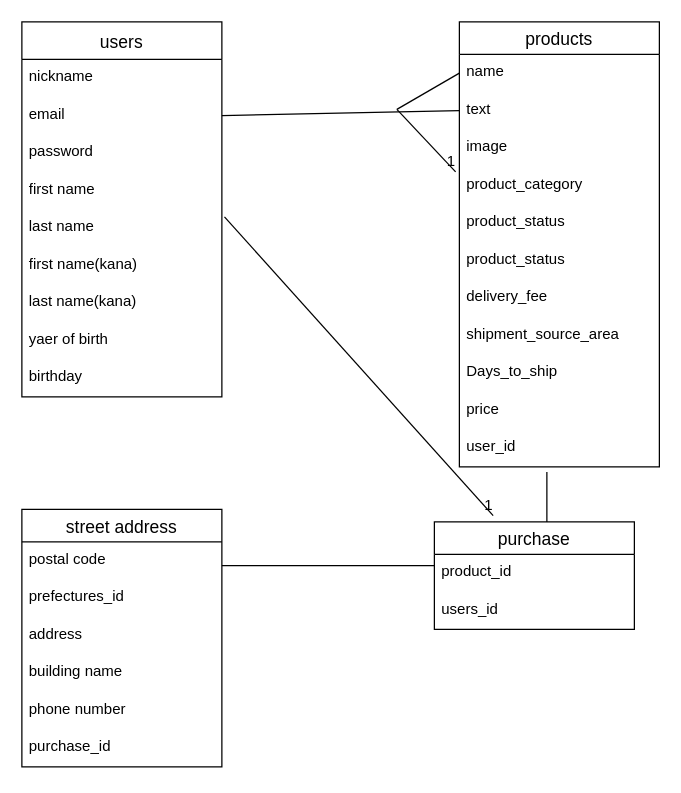
This is app/views/test.dio from hayasan19/furima-28197, a draw.io file, before an edit. Source tidied: cells renumbered, new cells numbered last; positions are measured from the earlier drawing's top-left corner, leaving out a move shared by most shapes. Both pictures are drawn from the tidied source at 125%, with x=0, y=0 at pixel (21, 21).
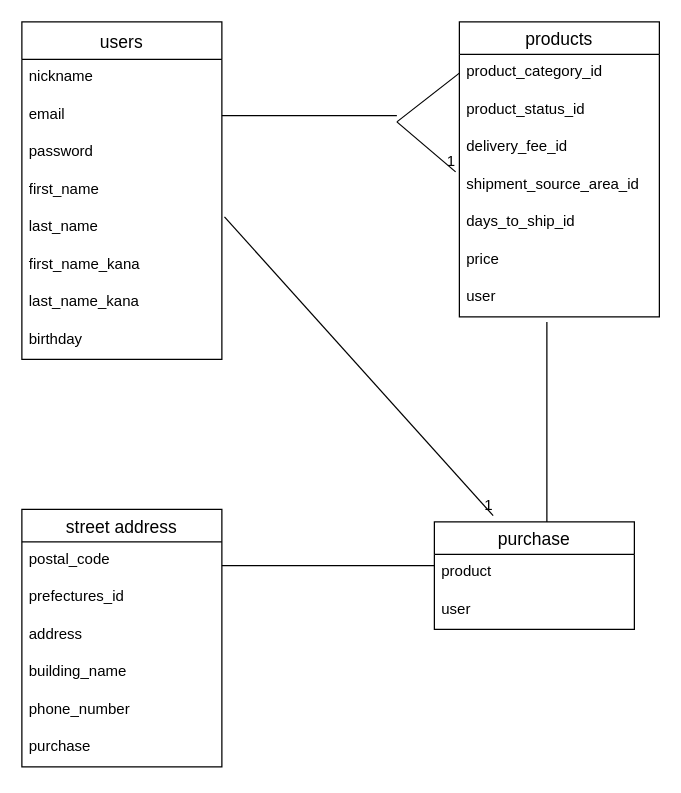
Above is the later version.

Commit message (it also covers changes not shown here):
DB設計(再修正)

The change refers to these unchanged cells:
```xml
<mxCell id="4" value="email" style="text;strokeColor=none;fillColor=none;spacingLeft=4;spacingRight=4;overflow=hidden;points=[[0,0.5],[1,0.5]];portConstraint=eastwest;fontSize=12;" parent="2" vertex="1">
  <mxGeometry y="60" width="160" height="30" as="geometry" />
</mxCell>
<mxCell id="30" value="purchase" style="swimlane;fontStyle=0;horizontal=1;startSize=26;align=center;fontSize=14;" parent="1" vertex="1">
  <mxGeometry x="330" y="400" width="160" height="86" as="geometry" />
</mxCell>
<mxCell id="33" value="street address" style="swimlane;fontStyle=0;horizontal=1;startSize=26;align=center;fontSize=14;" parent="1" vertex="1">
  <mxGeometry y="390" width="160" height="206" as="geometry" />
</mxCell>
```

Diff of the diagram source:
```diff
@@
     <mxCell id="2" value="users" style="swimlane;fontStyle=0;horizontal=1;startSize=30;align=center;fontSize=14;" parent="1" vertex="1">
-      <mxGeometry width="160" height="300" as="geometry" />
+      <mxGeometry width="160" height="270" as="geometry" />
     </mxCell>
@@
-    <mxCell id="6" value="first name" style="text;strokeColor=none;fillColor=none;spacingLeft=4;spacingRight=4;overflow=hidden;fontSize=12;" parent="2" vertex="1">
+    <mxCell id="6" value="first_name" style="text;strokeColor=none;fillColor=none;spacingLeft=4;spacingRight=4;overflow=hidden;fontSize=12;" parent="2" vertex="1">
       <mxGeometry y="120" width="160" height="30" as="geometry" />
     </mxCell>
-    <mxCell id="7" value="last name" style="text;strokeColor=none;fillColor=none;spacingLeft=4;spacingRight=4;overflow=hidden;points=[[0,0.5],[1,0.5]];portConstraint=eastwest;fontSize=12;" parent="2" vertex="1">
+    <mxCell id="7" value="last_name" style="text;strokeColor=none;fillColor=none;spacingLeft=4;spacingRight=4;overflow=hidden;points=[[0,0.5],[1,0.5]];portConstraint=eastwest;fontSize=12;" parent="2" vertex="1">
       <mxGeometry y="150" width="160" height="30" as="geometry" />
     </mxCell>
-    <mxCell id="8" value="first name(kana)" style="text;strokeColor=none;fillColor=none;spacingLeft=4;spacingRight=4;overflow=hidden;fontSize=12;" parent="2" vertex="1">
+    <mxCell id="8" value="first_name_kana" style="text;strokeColor=none;fillColor=none;spacingLeft=4;spacingRight=4;overflow=hidden;fontSize=12;" parent="2" vertex="1">
       <mxGeometry y="180" width="160" height="30" as="geometry" />
     </mxCell>
-    <mxCell id="9" value="last name(kana)" style="text;strokeColor=none;fillColor=none;spacingLeft=4;spacingRight=4;overflow=hidden;fontSize=12;" parent="2" vertex="1">
+    <mxCell id="9" value="last_name_kana" style="text;strokeColor=none;fillColor=none;spacingLeft=4;spacingRight=4;overflow=hidden;fontSize=12;" parent="2" vertex="1">
       <mxGeometry y="210" width="160" height="30" as="geometry" />
     </mxCell>
-    <mxCell id="10" value="yaer of birth" style="text;strokeColor=none;fillColor=none;spacingLeft=4;spacingRight=4;overflow=hidden;fontSize=12;" parent="2" vertex="1">
-      <mxGeometry y="240" width="160" height="30" as="geometry" />
-    </mxCell>
     <mxCell id="11" value="birthday" style="text;strokeColor=none;fillColor=none;spacingLeft=4;spacingRight=4;overflow=hidden;fontSize=12;" parent="2" vertex="1">
-      <mxGeometry y="270" width="160" height="30" as="geometry" />
+      <mxGeometry y="240" width="160" height="30" as="geometry" />
     </mxCell>
     <mxCell id="12" value="products" style="swimlane;fontStyle=0;horizontal=1;startSize=26;align=center;fontSize=14;" parent="1" vertex="1">
-      <mxGeometry x="350" width="160" height="356" as="geometry" />
+      <mxGeometry x="350" width="160" height="236" as="geometry" />
     </mxCell>
-    <mxCell id="13" value="name" style="text;strokeColor=none;fillColor=none;spacingLeft=4;spacingRight=4;overflow=hidden;points=[[0,0.5],[1,0.5]];portConstraint=eastwest;fontSize=12;" parent="12" vertex="1">
-      <mxGeometry y="26" width="160" height="30" as="geometry" />
-    </mxCell>
-    <mxCell id="14" value="text" style="text;strokeColor=none;fillColor=none;spacingLeft=4;spacingRight=4;overflow=hidden;points=[[0,0.5],[1,0.5]];portConstraint=eastwest;fontSize=12;" parent="12" vertex="1">
-      <mxGeometry y="56" width="160" height="30" as="geometry" />
-    </mxCell>
-    <mxCell id="15" value="image" style="text;strokeColor=none;fillColor=none;spacingLeft=4;spacingRight=4;overflow=hidden;fontSize=12;" parent="12" vertex="1">
-      <mxGeometry y="86" width="160" height="30" as="geometry" />
-    </mxCell>
-    <mxCell id="16" value="product_category " style="text;strokeColor=none;fillColor=none;spacingLeft=4;spacingRight=4;overflow=hidden;fontSize=12;" parent="12" vertex="1">
-      <mxGeometry y="116" width="160" height="30" as="geometry" />
-    </mxCell>
-    <mxCell id="17" value="product_status " style="text;strokeColor=none;fillColor=none;spacingLeft=4;spacingRight=4;overflow=hidden;fontSize=12;" parent="12" vertex="1">
-      <mxGeometry y="146" width="160" height="30" as="geometry" />
+    <mxCell id="17" value="product_category_id " style="text;strokeColor=none;fillColor=none;spacingLeft=4;spacingRight=4;overflow=hidden;fontSize=12;" parent="12" vertex="1">
+      <mxGeometry y="26" width="160" height="30" as="geometry" />
     </mxCell>
+    <mxCell id="42" value="product_status_id" style="text;strokeColor=none;fillColor=none;spacingLeft=4;spacingRight=4;overflow=hidden;fontSize=12;" parent="12" vertex="1">
+      <mxGeometry y="56" width="160" height="30" as="geometry" />
+    </mxCell>
-    <mxCell id="18" value="product_status " style="text;strokeColor=none;fillColor=none;spacingLeft=4;spacingRight=4;overflow=hidden;fontSize=12;" parent="12" vertex="1">
-      <mxGeometry y="176" width="160" height="30" as="geometry" />
+    <mxCell id="18" value="delivery_fee_id " style="text;strokeColor=none;fillColor=none;spacingLeft=4;spacingRight=4;overflow=hidden;fontSize=12;" parent="12" vertex="1">
+      <mxGeometry y="86" width="160" height="30" as="geometry" />
     </mxCell>
-    <mxCell id="19" value="delivery_fee  " style="text;strokeColor=none;fillColor=none;spacingLeft=4;spacingRight=4;overflow=hidden;fontSize=12;" parent="12" vertex="1">
-      <mxGeometry y="206" width="160" height="30" as="geometry" />
+    <mxCell id="19" value="shipment_source_area_id" style="text;strokeColor=none;fillColor=none;spacingLeft=4;spacingRight=4;overflow=hidden;fontSize=12;" parent="12" vertex="1">
+      <mxGeometry y="116" width="160" height="30" as="geometry" />
     </mxCell>
-    <mxCell id="20" value="shipment_source_area " style="text;strokeColor=none;fillColor=none;spacingLeft=4;spacingRight=4;overflow=hidden;fontSize=12;" parent="12" vertex="1">
-      <mxGeometry y="236" width="160" height="30" as="geometry" />
+    <mxCell id="20" value="days_to_ship_id" style="text;strokeColor=none;fillColor=none;spacingLeft=4;spacingRight=4;overflow=hidden;fontSize=12;" parent="12" vertex="1">
+      <mxGeometry y="146" width="160" height="30" as="geometry" />
     </mxCell>
-    <mxCell id="21" value="Days_to_ship " style="text;strokeColor=none;fillColor=none;spacingLeft=4;spacingRight=4;overflow=hidden;fontSize=12;" parent="12" vertex="1">
-      <mxGeometry y="266" width="160" height="30" as="geometry" />
-    </mxCell>
     <mxCell id="22" value="price " style="text;strokeColor=none;fillColor=none;spacingLeft=4;spacingRight=4;overflow=hidden;fontSize=12;" parent="12" vertex="1">
-      <mxGeometry y="296" width="160" height="30" as="geometry" />
+      <mxGeometry y="176" width="160" height="30" as="geometry" />
     </mxCell>
-    <mxCell id="23" value="user_id" style="text;strokeColor=none;fillColor=none;spacingLeft=4;spacingRight=4;overflow=hidden;fontSize=12;" parent="12" vertex="1">
-      <mxGeometry y="326" width="160" height="30" as="geometry" />
+    <mxCell id="23" value="user" style="text;strokeColor=none;fillColor=none;spacingLeft=4;spacingRight=4;overflow=hidden;fontSize=12;" parent="12" vertex="1">
+      <mxGeometry y="206" width="160" height="30" as="geometry" />
     </mxCell>
-    <mxCell id="24" style="endArrow=none;html=1;rounded=0;exitX=1;exitY=0.5;exitDx=0;exitDy=0;entryX=0;entryY=0.5;entryDx=0;entryDy=0;" parent="1" edge="1" source="4" target="14">
-      <mxGeometry relative="1" as="geometry" />
+    <mxCell id="24" style="endArrow=none;html=1;rounded=0;exitX=1;exitY=0.5;exitDx=0;exitDy=0;" parent="1" edge="1" source="4">
+      <mxGeometry relative="1" as="geometry">
+        <mxPoint x="300" y="75" as="targetPoint" />
+      </mxGeometry>
     </mxCell>
     <mxCell id="25" style="endArrow=none;html=1;rounded=0;" parent="1" edge="1">
       <mxGeometry relative="1" as="geometry">
-        <mxPoint x="420" y="360" as="sourcePoint" />
+        <mxPoint x="420" y="240" as="sourcePoint" />
         <mxPoint x="420" y="400" as="targetPoint" />
       </mxGeometry>
     </mxCell>
@@
-    <mxCell id="27" style="endArrow=none;html=1;rounded=0;entryX=0;entryY=0.5;entryDx=0;entryDy=0;" parent="1" edge="1" target="13">
+    <mxCell id="27" style="endArrow=none;html=1;rounded=0;entryX=0;entryY=0.5;entryDx=0;entryDy=0;" parent="1" edge="1">
       <mxGeometry relative="1" as="geometry">
-        <mxPoint x="300" y="70" as="sourcePoint" />
+        <mxPoint x="300" y="80" as="sourcePoint" />
+        <mxPoint x="350" y="41" as="targetPoint" />
       </mxGeometry>
     </mxCell>
     <mxCell id="28" style="endArrow=none;html=1;rounded=0;" parent="1" edge="1">
       <mxGeometry relative="1" as="geometry">
-        <mxPoint x="300" y="70" as="sourcePoint" />
+        <mxPoint x="300" y="80" as="sourcePoint" />
         <mxPoint x="347" y="120" as="targetPoint" />
       </mxGeometry>
     </mxCell>
@@
-    <mxCell id="31" value="product_id" style="text;strokeColor=none;fillColor=none;spacingLeft=4;spacingRight=4;overflow=hidden;fontSize=12;" parent="30" vertex="1">
+    <mxCell id="31" value="product" style="text;strokeColor=none;fillColor=none;spacingLeft=4;spacingRight=4;overflow=hidden;fontSize=12;" parent="30" vertex="1">
       <mxGeometry y="26" width="160" height="30" as="geometry" />
     </mxCell>
-    <mxCell id="32" value="users_id" style="text;strokeColor=none;fillColor=none;spacingLeft=4;spacingRight=4;overflow=hidden;fontSize=12;" parent="30" vertex="1">
+    <mxCell id="32" value="user" style="text;strokeColor=none;fillColor=none;spacingLeft=4;spacingRight=4;overflow=hidden;fontSize=12;" parent="30" vertex="1">
       <mxGeometry y="56" width="160" height="30" as="geometry" />
     </mxCell>
@@
-    <mxCell id="34" value="postal code " style="text;strokeColor=none;fillColor=none;spacingLeft=4;spacingRight=4;overflow=hidden;fontSize=12;" parent="33" vertex="1">
+    <mxCell id="34" value="postal_code " style="text;strokeColor=none;fillColor=none;spacingLeft=4;spacingRight=4;overflow=hidden;fontSize=12;" parent="33" vertex="1">
       <mxGeometry y="26" width="160" height="30" as="geometry" />
     </mxCell>
@@
-    <mxCell id="37" value="building name" style="text;strokeColor=none;fillColor=none;spacingLeft=4;spacingRight=4;overflow=hidden;fontSize=12;" parent="33" vertex="1">
+    <mxCell id="37" value="building_name" style="text;strokeColor=none;fillColor=none;spacingLeft=4;spacingRight=4;overflow=hidden;fontSize=12;" parent="33" vertex="1">
       <mxGeometry y="116" width="160" height="30" as="geometry" />
     </mxCell>
-    <mxCell id="38" value="phone number" style="text;strokeColor=none;fillColor=none;spacingLeft=4;spacingRight=4;overflow=hidden;fontSize=12;" parent="33" vertex="1">
+    <mxCell id="38" value="phone_number" style="text;strokeColor=none;fillColor=none;spacingLeft=4;spacingRight=4;overflow=hidden;fontSize=12;" parent="33" vertex="1">
       <mxGeometry y="146" width="160" height="30" as="geometry" />
     </mxCell>
-    <mxCell id="39" value="purchase_id" style="text;strokeColor=none;fillColor=none;spacingLeft=4;spacingRight=4;overflow=hidden;fontSize=12;" parent="33" vertex="1">
+    <mxCell id="39" value="purchase" style="text;strokeColor=none;fillColor=none;spacingLeft=4;spacingRight=4;overflow=hidden;fontSize=12;" parent="33" vertex="1">
       <mxGeometry y="176" width="160" height="30" as="geometry" />
     </mxCell>
```
